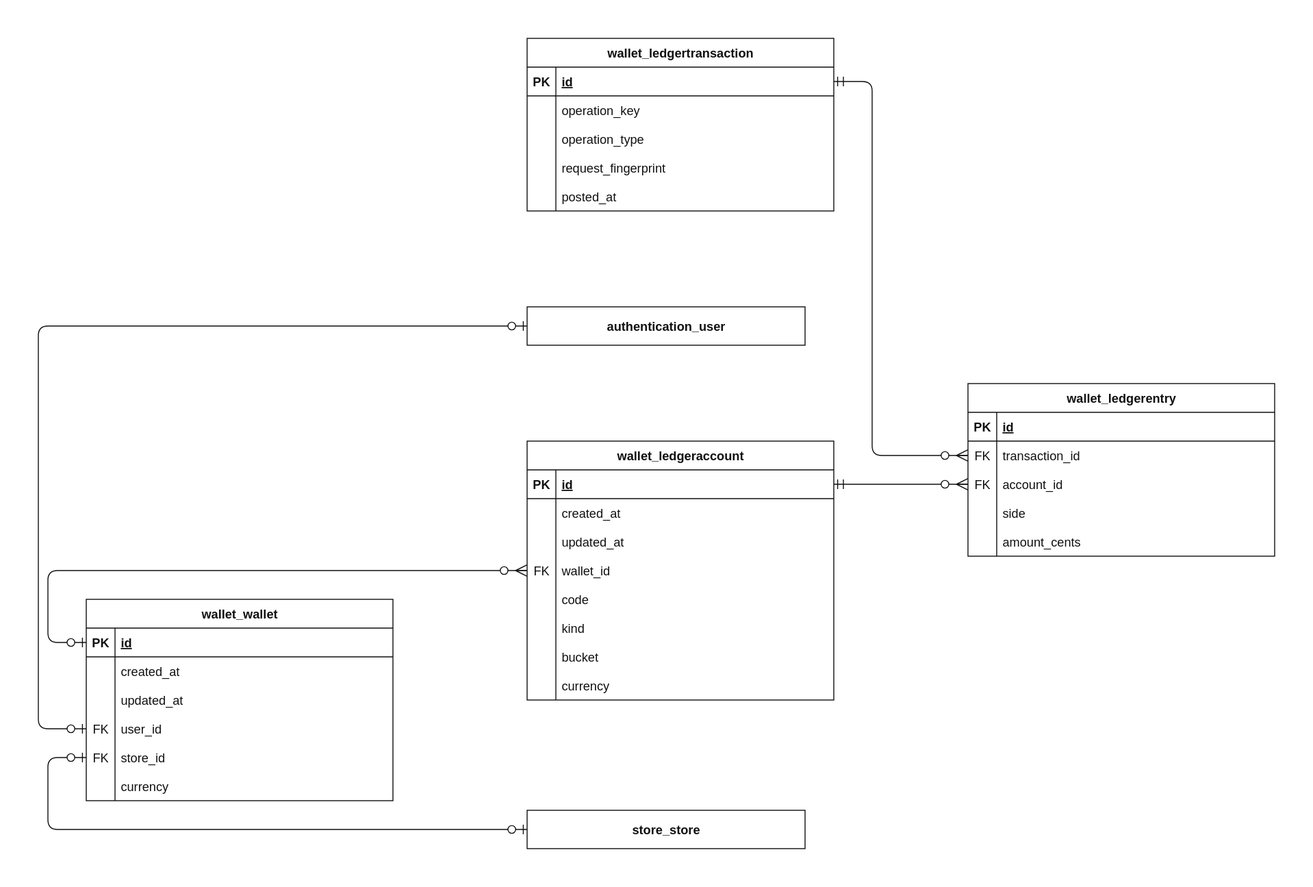
RHILIUS/E-Commerce-API keeps this draw.io diagram as docs/erd/diagrams/wallet.drawio.svg. Above is the earlier version. Source tidied: cells renumbered, new cells last; positions are measured from the earlier drawing's top-left corner, leaving out a move shared by most shapes.
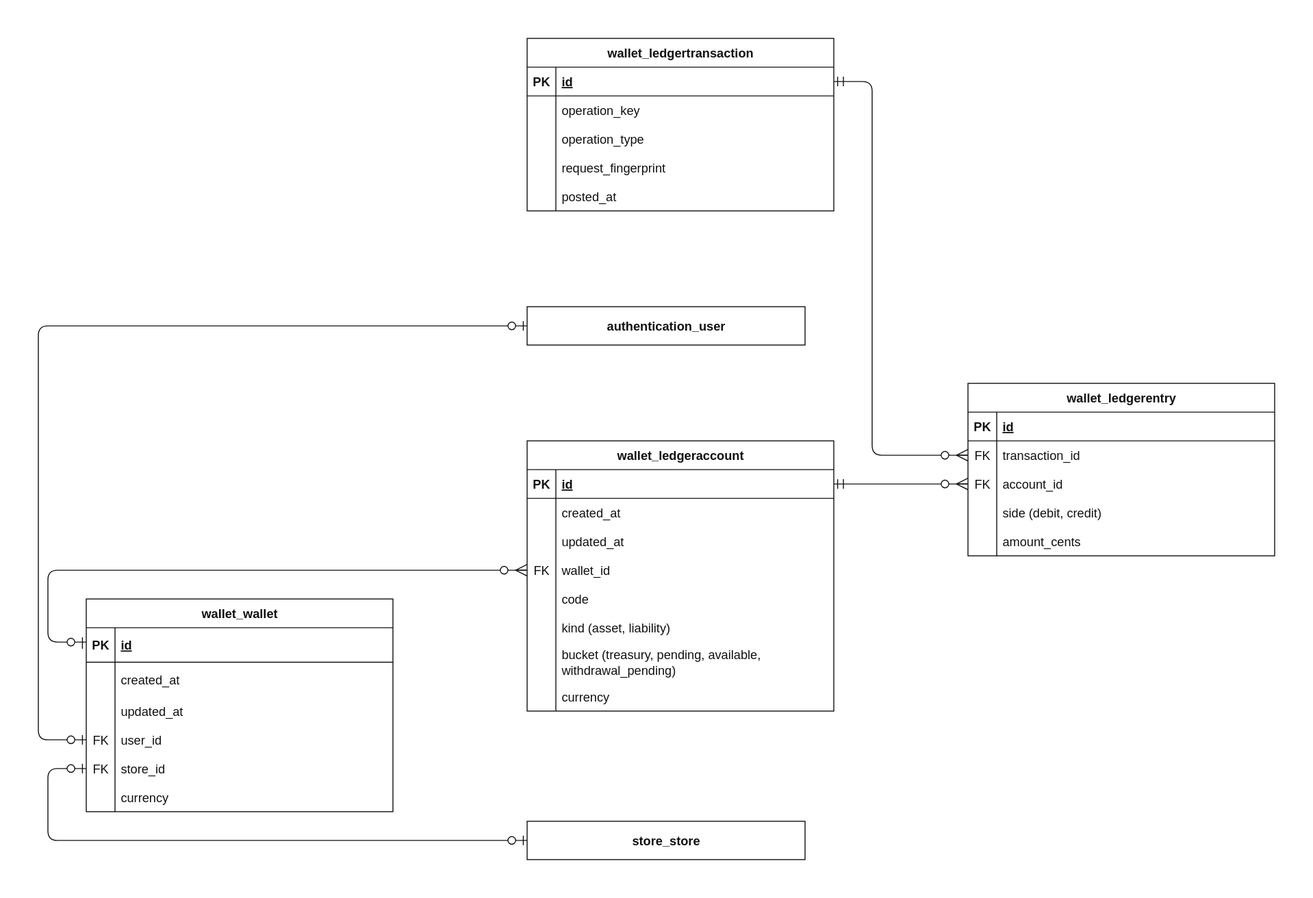
Above is the later version.

What changed in the source:
```diff
@@ -51,28 +51,28 @@
       <mxGeometry x="30" width="290" height="30" as="geometry" />
     </mxCell>
     <mxCell id="18" value="wallet_wallet" style="shape=table;startSize=30;rowLines=0;fontStyle=1;align=center;html=1;fontSize=13;fontFamily=Helvetica;" parent="1" vertex="1">
-      <mxGeometry x="50" y="585" width="320" height="210" as="geometry" />
+      <mxGeometry x="50" y="585" width="320" height="222" as="geometry" />
     </mxCell>
     <mxCell id="19" style="shape=tableRow;horizontal=0;startSize=0;swimlaneHead=0;swimlaneBody=0;fillColor=none;points=[[0,0.5],[1,0.5]];portConstraint=eastwest;top=0;left=0;right=0;bottom=1;fontSize=13;fontFamily=Helvetica;" parent="18" vertex="1">
-      <mxGeometry y="30" width="320" height="30" as="geometry" />
+      <mxGeometry y="30" width="320" height="36" as="geometry" />
     </mxCell>
     <mxCell id="20" value="PK" style="shape=partialRectangle;fillColor=none;top=0;left=0;bottom=0;right=0;overflow=hidden;whiteSpace=wrap;html=1;fontStyle=1;fontSize=13;fontFamily=Helvetica;" parent="19" vertex="1">
-      <mxGeometry width="30" height="30" as="geometry" />
+      <mxGeometry width="30" height="36" as="geometry" />
     </mxCell>
     <mxCell id="21" value="id" style="shape=partialRectangle;fillColor=none;top=0;left=0;bottom=0;right=0;overflow=hidden;whiteSpace=wrap;html=1;align=left;spacingLeft=6;fontStyle=5;fontSize=13;fontFamily=Helvetica;" parent="19" vertex="1">
-      <mxGeometry x="30" width="290" height="30" as="geometry" />
+      <mxGeometry x="30" width="290" height="36" as="geometry" />
     </mxCell>
     <mxCell id="22" style="shape=tableRow;horizontal=0;startSize=0;swimlaneHead=0;swimlaneBody=0;fillColor=none;top=0;left=0;right=0;bottom=0;fontSize=13;fontFamily=Helvetica;" parent="18" vertex="1">
-      <mxGeometry y="60" width="320" height="30" as="geometry" />
+      <mxGeometry y="66" width="320" height="36" as="geometry" />
     </mxCell>
     <mxCell id="23" style="shape=partialRectangle;fillColor=none;top=0;left=0;bottom=0;right=0;overflow=hidden;whiteSpace=wrap;html=1;fontSize=13;fontFamily=Helvetica;" parent="22" vertex="1">
-      <mxGeometry width="30" height="30" as="geometry" />
+      <mxGeometry width="30" height="36" as="geometry" />
     </mxCell>
     <mxCell id="24" value="created_at" style="shape=partialRectangle;fillColor=none;top=0;left=0;bottom=0;right=0;overflow=hidden;whiteSpace=wrap;html=1;align=left;spacingLeft=6;fontSize=13;fontFamily=Helvetica;" parent="22" vertex="1">
-      <mxGeometry x="30" width="290" height="30" as="geometry" />
+      <mxGeometry x="30" width="290" height="36" as="geometry" />
     </mxCell>
     <mxCell id="25" style="shape=tableRow;horizontal=0;startSize=0;swimlaneHead=0;swimlaneBody=0;fillColor=none;top=0;left=0;right=0;bottom=0;fontSize=13;fontFamily=Helvetica;" parent="18" vertex="1">
-      <mxGeometry y="90" width="320" height="30" as="geometry" />
+      <mxGeometry y="102" width="320" height="30" as="geometry" />
     </mxCell>
     <mxCell id="26" style="shape=partialRectangle;fillColor=none;top=0;left=0;bottom=0;right=0;overflow=hidden;whiteSpace=wrap;html=1;fontSize=13;fontFamily=Helvetica;" parent="25" vertex="1">
       <mxGeometry width="30" height="30" as="geometry" />
@@ -81,7 +81,7 @@
       <mxGeometry x="30" width="290" height="30" as="geometry" />
     </mxCell>
     <mxCell id="28" style="shape=tableRow;horizontal=0;startSize=0;swimlaneHead=0;swimlaneBody=0;fillColor=none;points=[[0,0.5],[1,0.5]];portConstraint=eastwest;top=0;left=0;right=0;bottom=0;fontSize=13;fontFamily=Helvetica;" parent="18" vertex="1">
-      <mxGeometry y="120" width="320" height="30" as="geometry" />
+      <mxGeometry y="132" width="320" height="30" as="geometry" />
     </mxCell>
     <mxCell id="29" value="FK" style="shape=partialRectangle;fillColor=none;top=0;left=0;bottom=0;right=0;overflow=hidden;whiteSpace=wrap;html=1;fontSize=13;fontFamily=Helvetica;" parent="28" vertex="1">
       <mxGeometry width="30" height="30" as="geometry" />
@@ -90,7 +90,7 @@
       <mxGeometry x="30" width="290" height="30" as="geometry" />
     </mxCell>
     <mxCell id="31" style="shape=tableRow;horizontal=0;startSize=0;swimlaneHead=0;swimlaneBody=0;fillColor=none;points=[[0,0.5],[1,0.5]];portConstraint=eastwest;top=0;left=0;right=0;bottom=0;fontSize=13;fontFamily=Helvetica;" parent="18" vertex="1">
-      <mxGeometry y="150" width="320" height="30" as="geometry" />
+      <mxGeometry y="162" width="320" height="30" as="geometry" />
     </mxCell>
     <mxCell id="32" value="FK" style="shape=partialRectangle;fillColor=none;top=0;left=0;bottom=0;right=0;overflow=hidden;whiteSpace=wrap;html=1;fontSize=13;fontFamily=Helvetica;" parent="31" vertex="1">
       <mxGeometry width="30" height="30" as="geometry" />
@@ -99,7 +99,7 @@
       <mxGeometry x="30" width="290" height="30" as="geometry" />
     </mxCell>
     <mxCell id="34" style="shape=tableRow;horizontal=0;startSize=0;swimlaneHead=0;swimlaneBody=0;fillColor=none;top=0;left=0;right=0;bottom=0;fontSize=13;fontFamily=Helvetica;" parent="18" vertex="1">
-      <mxGeometry y="180" width="320" height="30" as="geometry" />
+      <mxGeometry y="192" width="320" height="30" as="geometry" />
     </mxCell>
     <mxCell id="35" style="shape=partialRectangle;fillColor=none;top=0;left=0;bottom=0;right=0;overflow=hidden;whiteSpace=wrap;html=1;fontSize=13;fontFamily=Helvetica;" parent="34" vertex="1">
       <mxGeometry width="30" height="30" as="geometry" />
@@ -108,7 +108,7 @@
       <mxGeometry x="30" width="290" height="30" as="geometry" />
     </mxCell>
     <mxCell id="37" value="wallet_ledgeraccount" style="shape=table;startSize=30;rowLines=0;fontStyle=1;align=center;html=1;fontSize=13;fontFamily=Helvetica;" parent="1" vertex="1">
-      <mxGeometry x="510" y="420" width="320" height="270" as="geometry" />
+      <mxGeometry x="510" y="420" width="320" height="282" as="geometry" />
     </mxCell>
     <mxCell id="38" style="shape=tableRow;horizontal=0;startSize=0;swimlaneHead=0;swimlaneBody=0;fillColor=none;points=[[0,0.5],[1,0.5]];portConstraint=eastwest;top=0;left=0;right=0;bottom=1;fontSize=13;fontFamily=Helvetica;" parent="37" vertex="1">
       <mxGeometry y="30" width="320" height="30" as="geometry" />
@@ -161,20 +161,20 @@
     <mxCell id="54" style="shape=partialRectangle;fillColor=none;top=0;left=0;bottom=0;right=0;overflow=hidden;whiteSpace=wrap;html=1;fontSize=13;fontFamily=Helvetica;" parent="53" vertex="1">
       <mxGeometry width="30" height="30" as="geometry" />
     </mxCell>
-    <mxCell id="55" value="kind" style="shape=partialRectangle;fillColor=none;top=0;left=0;bottom=0;right=0;overflow=hidden;whiteSpace=wrap;html=1;align=left;spacingLeft=6;fontSize=13;fontFamily=Helvetica;" parent="53" vertex="1">
+    <mxCell id="55" value="kind (asset, liability)" style="shape=partialRectangle;fillColor=none;top=0;left=0;bottom=0;right=0;overflow=hidden;whiteSpace=wrap;html=1;align=left;spacingLeft=6;fontSize=13;fontFamily=Helvetica;" parent="53" vertex="1">
       <mxGeometry x="30" width="290" height="30" as="geometry" />
     </mxCell>
     <mxCell id="56" style="shape=tableRow;horizontal=0;startSize=0;swimlaneHead=0;swimlaneBody=0;fillColor=none;top=0;left=0;right=0;bottom=0;fontSize=13;fontFamily=Helvetica;" parent="37" vertex="1">
-      <mxGeometry y="210" width="320" height="30" as="geometry" />
+      <mxGeometry y="210" width="320" height="42" as="geometry" />
     </mxCell>
     <mxCell id="57" style="shape=partialRectangle;fillColor=none;top=0;left=0;bottom=0;right=0;overflow=hidden;whiteSpace=wrap;html=1;fontSize=13;fontFamily=Helvetica;" parent="56" vertex="1">
-      <mxGeometry width="30" height="30" as="geometry" />
+      <mxGeometry width="30" height="42" as="geometry" />
     </mxCell>
-    <mxCell id="58" value="bucket" style="shape=partialRectangle;fillColor=none;top=0;left=0;bottom=0;right=0;overflow=hidden;whiteSpace=wrap;html=1;align=left;spacingLeft=6;fontSize=13;fontFamily=Helvetica;" parent="56" vertex="1">
-      <mxGeometry x="30" width="290" height="30" as="geometry" />
+    <mxCell id="58" value="bucket (treasury, pending, available, withdrawal_pending)" style="shape=partialRectangle;fillColor=none;top=0;left=0;bottom=0;right=0;overflow=hidden;whiteSpace=wrap;html=1;align=left;spacingLeft=6;fontSize=13;fontFamily=Helvetica;" parent="56" vertex="1">
+      <mxGeometry x="30" width="290" height="42" as="geometry" />
     </mxCell>
     <mxCell id="59" style="shape=tableRow;horizontal=0;startSize=0;swimlaneHead=0;swimlaneBody=0;fillColor=none;top=0;left=0;right=0;bottom=0;fontSize=13;fontFamily=Helvetica;" parent="37" vertex="1">
-      <mxGeometry y="240" width="320" height="30" as="geometry" />
+      <mxGeometry y="252" width="320" height="30" as="geometry" />
     </mxCell>
     <mxCell id="60" style="shape=partialRectangle;fillColor=none;top=0;left=0;bottom=0;right=0;overflow=hidden;whiteSpace=wrap;html=1;fontSize=13;fontFamily=Helvetica;" parent="59" vertex="1">
       <mxGeometry width="30" height="30" as="geometry" />
@@ -218,7 +218,7 @@
     <mxCell id="73" style="shape=partialRectangle;fillColor=none;top=0;left=0;bottom=0;right=0;overflow=hidden;whiteSpace=wrap;html=1;fontSize=13;fontFamily=Helvetica;" parent="72" vertex="1">
       <mxGeometry width="30" height="30" as="geometry" />
     </mxCell>
-    <mxCell id="74" value="side" style="shape=partialRectangle;fillColor=none;top=0;left=0;bottom=0;right=0;overflow=hidden;whiteSpace=wrap;html=1;align=left;spacingLeft=6;fontSize=13;fontFamily=Helvetica;" parent="72" vertex="1">
+    <mxCell id="74" value="side (debit, credit)" style="shape=partialRectangle;fillColor=none;top=0;left=0;bottom=0;right=0;overflow=hidden;whiteSpace=wrap;html=1;align=left;spacingLeft=6;fontSize=13;fontFamily=Helvetica;" parent="72" vertex="1">
       <mxGeometry x="30" width="290" height="30" as="geometry" />
     </mxCell>
     <mxCell id="75" style="shape=tableRow;horizontal=0;startSize=0;swimlaneHead=0;swimlaneBody=0;fillColor=none;top=0;left=0;right=0;bottom=0;fontSize=13;fontFamily=Helvetica;" parent="62" vertex="1">
@@ -234,21 +234,21 @@
       <mxGeometry x="510" y="280" width="290" height="40" as="geometry" />
     </mxCell>
     <mxCell id="79" value="store_store" style="rounded=0;whiteSpace=wrap;html=1;align=center;fontStyle=1;fontSize=13;fontFamily=Helvetica;" parent="1" vertex="1">
-      <mxGeometry x="510" y="805" width="290" height="40" as="geometry" />
+      <mxGeometry x="510" y="817" width="290" height="40" as="geometry" />
     </mxCell>
     <mxCell id="80" style="edgeStyle=none;orthogonal=1;rounded=1;arcSize=20;html=1;startArrow=ERzeroToOne;endArrow=ERzeroToOne;startFill=0;endFill=0;exitX=0;exitY=0.5;exitDx=0;exitDy=0;entryX=0;entryY=0.5;entryDx=0;entryDy=0;" parent="1" edge="1" source="78" target="28">
       <mxGeometry relative="1" as="geometry">
         <Array as="points">
           <mxPoint y="300" />
-          <mxPoint y="720" />
+          <mxPoint y="732" />
         </Array>
       </mxGeometry>
     </mxCell>
     <mxCell id="81" style="edgeStyle=none;orthogonal=1;rounded=1;arcSize=20;html=1;startArrow=ERzeroToOne;endArrow=ERzeroToOne;startFill=0;endFill=0;exitX=0;exitY=0.5;exitDx=0;exitDy=0;entryX=0;entryY=0.5;entryDx=0;entryDy=0;" parent="1" edge="1" source="79" target="31">
       <mxGeometry relative="1" as="geometry">
         <Array as="points">
-          <mxPoint x="10" y="825" />
-          <mxPoint x="10" y="750" />
+          <mxPoint x="10" y="837" />
+          <mxPoint x="10" y="762" />
         </Array>
       </mxGeometry>
     </mxCell>
```
